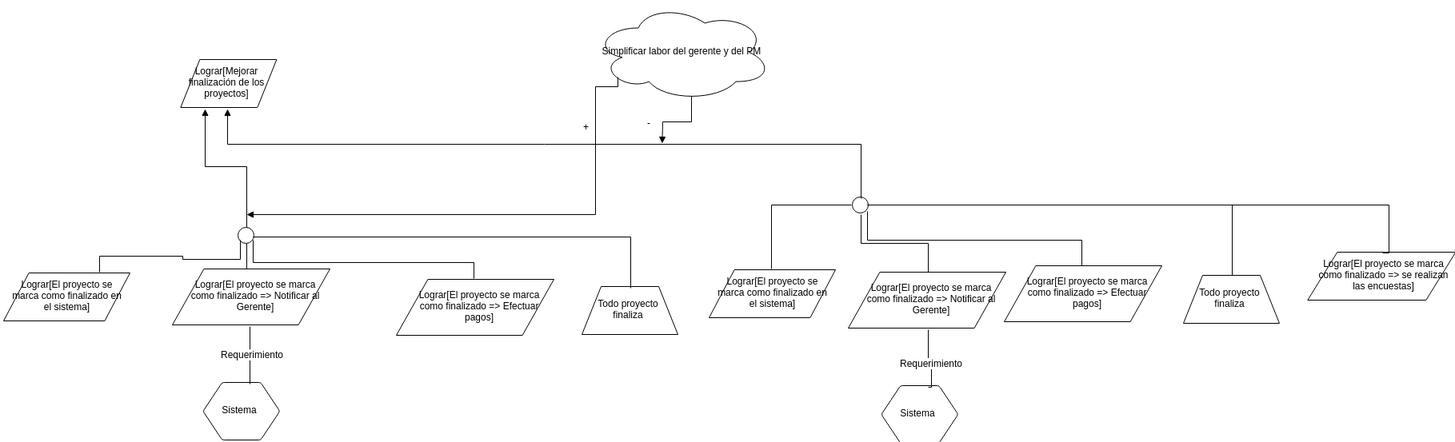
Earlier version of the draw.io export latex/imagenes/objetivos-finalizacion-principal.png (FlyingPumba/tp1-inge1). Source tidied: cells renumbered, new cells last; positions are measured from the earlier drawing's top-left corner, leaving out a move shared by most shapes.
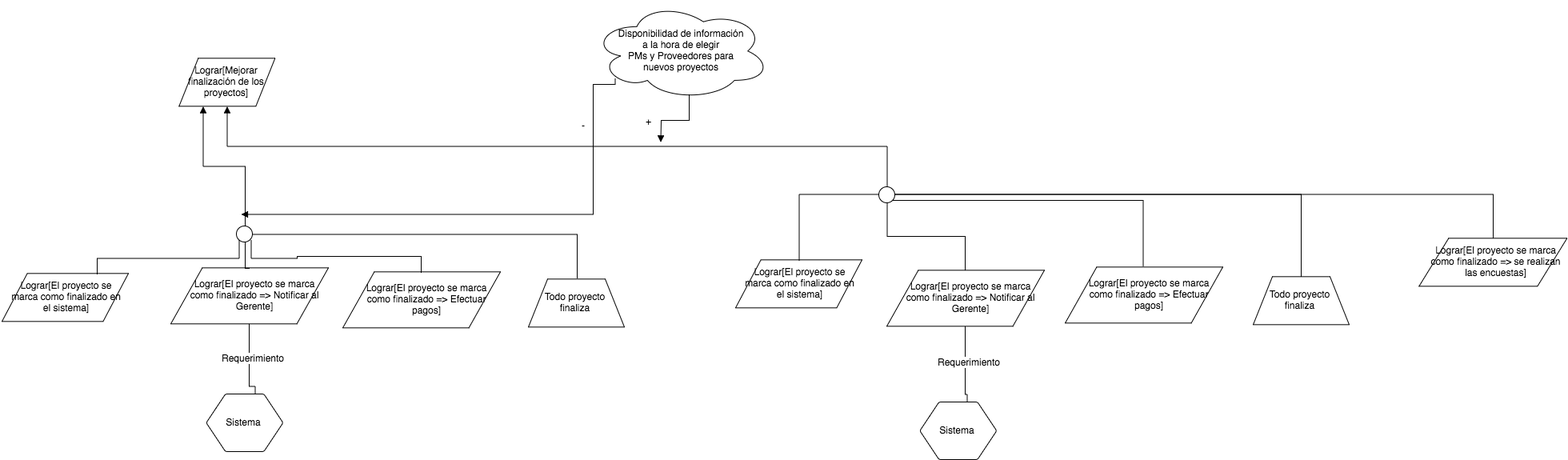
Above is the later version.

Commit message:
Fixes objetivos blandos

What changed in the source:
```diff
@@ -3,148 +3,137 @@
     <mxCell id="0" />
     <mxCell id="1" parent="0" />
     <mxCell id="2" value="&lt;span&gt;&lt;span&gt;Lograr[Mejorar finalización de los proyectos]&lt;/span&gt;&lt;/span&gt;" style="shape=parallelogram;whiteSpace=wrap;html=1;" parent="1" vertex="1">
-      <mxGeometry x="221.3" y="70" width="120" height="60" as="geometry" />
+      <mxGeometry x="-2307.7" y="-462.7" width="120" height="60" as="geometry" />
     </mxCell>
     <mxCell id="3" style="ellipse;whiteSpace=wrap;html=1;" parent="1" vertex="1">
-      <mxGeometry x="1061.3" y="242" width="20" height="20" as="geometry" />
+      <mxGeometry x="-1432.7" y="-301.7" width="20" height="20" as="geometry" />
     </mxCell>
-    <mxCell id="4" value="&lt;span&gt;Lograr[El proyecto se marca como finalizado =&amp;gt; se realizan las encuestas]&lt;/span&gt;&lt;br&gt;" style="shape=parallelogram;whiteSpace=wrap;html=1;spacingLeft=10;" parent="1" vertex="1">
-      <mxGeometry x="1630.3" y="311" width="185" height="60" as="geometry" />
+    <mxCell id="4" style="edgeStyle=orthogonalEdgeStyle;rounded=0;html=1;exitX=0.5;exitY=0;entryX=1;entryY=0.5;startArrow=none;startFill=0;endArrow=none;endFill=0;jettySize=auto;strokeWidth=1;fontSize=10;" parent="1" edge="1" source="5" target="3">
+      <mxGeometry x="4651.5" y="1747.5" as="geometry" />
     </mxCell>
-    <mxCell id="5" style="edgeStyle=orthogonalEdgeStyle;rounded=0;html=1;exitX=0.5;exitY=0;entryX=1;entryY=0.5;startArrow=none;startFill=0;endArrow=none;endFill=0;jettySize=auto;" parent="1" edge="1" source="4" target="3">
-      <mxGeometry x="7394" y="2272" as="geometry">
-        <Array as="points">
-          <mxPoint x="1732" y="312" />
-          <mxPoint x="1732" y="252" />
-        </Array>
-      </mxGeometry>
+    <mxCell id="5" value="&lt;span&gt;Lograr[El proyecto se marca como finalizado =&amp;gt; se realizan las encuestas]&lt;/span&gt;&lt;br&gt;" style="shape=parallelogram;whiteSpace=wrap;html=1;spacingLeft=10;" parent="1" vertex="1">
+      <mxGeometry x="-757.7" y="-237.7" width="185" height="60" as="geometry" />
     </mxCell>
     <mxCell id="6" value="&lt;span&gt;&lt;span&gt;Lograr[El proyecto se marca como finalizado en el sistema]&lt;/span&gt;&lt;/span&gt;" style="shape=parallelogram;whiteSpace=wrap;html=1;spacingLeft=5;" parent="1" vertex="1">
-      <mxGeometry y="337" width="158" height="60" as="geometry" />
+      <mxGeometry x="-2529" y="-193.7" width="158" height="60" as="geometry" />
     </mxCell>
     <mxCell id="7" value="&lt;span&gt;&lt;span&gt;Lograr[El proyecto se marca como finalizado =&amp;gt; Notificar al Gerente]&lt;/span&gt;&lt;/span&gt;" style="shape=parallelogram;whiteSpace=wrap;html=1;spacingLeft=20;spacingRight=5;" parent="1" vertex="1">
-      <mxGeometry x="211" y="332" width="197" height="70" as="geometry" />
+      <mxGeometry x="-2318" y="-200.7" width="197" height="70" as="geometry" />
     </mxCell>
     <mxCell id="8" style="ellipse;whiteSpace=wrap;html=1;" parent="1" vertex="1">
-      <mxGeometry x="293.3" y="280" width="20" height="20" as="geometry" />
+      <mxGeometry x="-2235.7" y="-252.7" width="20" height="20" as="geometry" />
     </mxCell>
     <mxCell id="9" style="edgeStyle=orthogonalEdgeStyle;rounded=0;html=1;exitX=0.5;exitY=0;entryX=0.25;entryY=1;startArrow=none;startFill=0;endArrow=block;endFill=1;jettySize=auto;" parent="1" edge="1" source="8" target="2">
-      <mxGeometry x="6314" y="2172" as="geometry" />
+      <mxGeometry x="3786.3" y="1637.3" as="geometry" />
     </mxCell>
     <mxCell id="10" style="edgeStyle=orthogonalEdgeStyle;rounded=0;html=1;exitX=0.5;exitY=0;entryX=0.5;entryY=1;startArrow=none;startFill=0;endArrow=block;endFill=1;jettySize=auto;" parent="1" edge="1" source="3" target="2">
-      <mxGeometry x="6346" y="2172" as="geometry">
-        <Array as="points">
-          <mxPoint x="1072" y="176" />
-          <mxPoint x="280" y="176" />
-        </Array>
-      </mxGeometry>
+      <mxGeometry x="3816.3" y="1637.3" as="geometry" />
     </mxCell>
     <mxCell id="11" value="&lt;span&gt;&lt;span&gt;Lograr[El proyecto se marca como finalizado en el sistema]&lt;/span&gt;&lt;/span&gt;" style="shape=parallelogram;whiteSpace=wrap;html=1;spacingLeft=5;" parent="1" vertex="1">
-      <mxGeometry x="882" y="333" width="158" height="60" as="geometry" />
+      <mxGeometry x="-1612" y="-210.7" width="158" height="60" as="geometry" />
     </mxCell>
     <mxCell id="12" value="&lt;span&gt;&lt;span&gt;Lograr[El proyecto se marca como finalizado =&amp;gt; Notificar al Gerente]&lt;/span&gt;&lt;/span&gt;" style="shape=parallelogram;whiteSpace=wrap;html=1;spacingLeft=20;spacingRight=5;" parent="1" vertex="1">
-      <mxGeometry x="1056" y="336" width="197" height="70" as="geometry" />
+      <mxGeometry x="-1423" y="-197.7" width="197" height="70" as="geometry" />
     </mxCell>
     <mxCell id="13" style="edgeStyle=orthogonalEdgeStyle;rounded=0;html=1;exitX=0.5;exitY=0;entryX=0;entryY=0.5;startArrow=none;startFill=0;endArrow=none;endFill=0;jettySize=auto;" parent="1" edge="1" source="11" target="3">
-      <mxGeometry x="7026" y="2293" as="geometry" />
+      <mxGeometry x="4531.7" y="1748.7" as="geometry" />
     </mxCell>
     <mxCell id="14" value="&lt;span&gt;&lt;span&gt;Lograr[El proyecto se marca como finalizado =&amp;gt; Efectuar pagos]&lt;/span&gt;&lt;/span&gt;" style="shape=parallelogram;whiteSpace=wrap;html=1;spacingLeft=20;spacingRight=5;" parent="1" vertex="1">
-      <mxGeometry x="1251" y="328" width="197" height="70" as="geometry" />
+      <mxGeometry x="-1200" y="-201.7" width="197" height="70" as="geometry" />
     </mxCell>
     <mxCell id="15" style="edgeStyle=orthogonalEdgeStyle;rounded=0;html=1;exitX=0.5;exitY=0;entryX=1;entryY=1;startArrow=none;startFill=0;endArrow=none;endFill=0;jettySize=auto;" parent="1" edge="1" source="14" target="3">
-      <mxGeometry x="7142" y="2301" as="geometry" />
+      <mxGeometry x="4648.3" y="1755.3" as="geometry" />
     </mxCell>
     <mxCell id="16" style="edgeStyle=orthogonalEdgeStyle;rounded=0;html=1;exitX=0.5;exitY=0;entryX=0.5;entryY=1;startArrow=none;startFill=0;endArrow=none;endFill=0;jettySize=auto;" parent="1" edge="1" source="7" target="8">
-      <mxGeometry x="6366" y="2340" as="geometry" />
+      <mxGeometry x="3838" y="1807.3" as="geometry" />
     </mxCell>
-    <mxCell id="17" value="&lt;span&gt;Simplificar labor del gerente&lt;/span&gt; y del PM&lt;br&gt;" style="ellipse;shape=cloud;whiteSpace=wrap;html=1;" parent="1" vertex="1">
-      <mxGeometry x="738" width="222" height="122" as="geometry" />
+    <mxCell id="17" value="Disponibilidad de información&lt;div&gt;a la hora de elegir&lt;/div&gt;&lt;div&gt;PMs y Proveedores para&lt;/div&gt;&lt;div&gt;nuevos proyectos&lt;/div&gt;" style="ellipse;shape=cloud;whiteSpace=wrap;html=1;" parent="1" vertex="1">
+      <mxGeometry x="-1791" y="-532.7" width="222" height="122" as="geometry" />
     </mxCell>
     <mxCell id="18" style="edgeStyle=orthogonalEdgeStyle;rounded=0;html=1;exitX=0.13;exitY=0.77;exitPerimeter=0;endArrow=block;endFill=1;jettySize=auto;" parent="1" edge="1" source="17">
-      <mxGeometry x="6366" y="2132" as="geometry">
-        <mxPoint x="304" y="264" as="targetPoint" />
+      <mxGeometry x="3834.7" y="1600.7" as="geometry">
+        <mxPoint x="-2230" y="-267.5" as="targetPoint" />
         <Array as="points">
-          <mxPoint x="740" y="103" />
-          <mxPoint x="740" y="265" />
+          <mxPoint x="-1789" y="-429.7" />
+          <mxPoint x="-1789" y="-267.7" />
         </Array>
       </mxGeometry>
     </mxCell>
     <mxCell id="19" style="edgeStyle=orthogonalEdgeStyle;rounded=0;html=1;exitX=0.55;exitY=0.95;exitPerimeter=0;endArrow=block;endFill=1;jettySize=auto;" parent="1" edge="1" source="17">
-      <mxGeometry x="6886" y="2156" as="geometry">
-        <mxPoint x="823.4" y="175" as="targetPoint" />
+      <mxGeometry x="4358" y="1624" as="geometry">
+        <mxPoint x="-1705.6" y="-357.7" as="targetPoint" />
       </mxGeometry>
     </mxCell>
-    <mxCell id="20" value="+" style="text;html=1;align=left;verticalAlign=top;spacingTop=-4;" parent="1" vertex="1">
-      <mxGeometry x="723" y="145" width="20" height="20" as="geometry" />
+    <mxCell id="20" value="-" style="text;html=1;align=left;verticalAlign=top;spacingTop=-4;" parent="1" vertex="1">
+      <mxGeometry x="-1806" y="-387.7" width="20" height="20" as="geometry" />
     </mxCell>
-    <mxCell id="21" value="-" style="text;html=1;align=left;verticalAlign=top;spacingTop=-4;" parent="1" vertex="1">
-      <mxGeometry x="803" y="140" width="20" height="20" as="geometry" />
+    <mxCell id="21" value="+" style="text;html=1;align=left;verticalAlign=top;spacingTop=-4;" parent="1" vertex="1">
+      <mxGeometry x="-1726" y="-392.7" width="20" height="20" as="geometry" />
     </mxCell>
     <mxCell id="22" value="&lt;span&gt;&lt;span&gt;Lograr[El proyecto se marca como finalizado =&amp;gt; Efectuar pagos]&lt;/span&gt;&lt;/span&gt;" style="shape=parallelogram;whiteSpace=wrap;html=1;spacingLeft=20;spacingRight=5;" parent="1" vertex="1">
-      <mxGeometry x="491" y="345" width="197" height="70" as="geometry" />
+      <mxGeometry x="-2103" y="-195.7" width="197" height="70" as="geometry" />
     </mxCell>
     <mxCell id="23" value="Todo proyecto finaliza&lt;br&gt;" style="shape=trapezoid;whiteSpace=wrap;html=1;strokeWidth=1;" parent="1" vertex="1">
-      <mxGeometry x="723" y="354" width="120" height="60" as="geometry" />
+      <mxGeometry x="-1871" y="-186.7" width="120" height="60" as="geometry" />
     </mxCell>
     <mxCell id="24" style="edgeStyle=orthogonalEdgeStyle;rounded=0;html=1;exitX=1;exitY=1;entryX=0.5;entryY=0;startArrow=none;startFill=0;endArrow=none;endFill=0;endSize=6;jettySize=auto;strokeWidth=1;" parent="1" edge="1" source="8" target="22">
-      <mxGeometry x="6374" y="2336" as="geometry" />
+      <mxGeometry x="3844.7" y="1804" as="geometry" />
     </mxCell>
     <mxCell id="25" style="edgeStyle=orthogonalEdgeStyle;rounded=0;html=1;exitX=0.5;exitY=0;entryX=1;entryY=0.5;startArrow=none;startFill=0;endArrow=none;endFill=0;endSize=6;jettySize=auto;strokeWidth=1;" parent="1" edge="1" source="23" target="8">
-      <mxGeometry x="6378" y="2332" as="geometry" />
+      <mxGeometry x="3848" y="1797.3" as="geometry" />
     </mxCell>
     <mxCell id="26" style="edgeStyle=orthogonalEdgeStyle;rounded=0;html=1;exitX=0.75;exitY=0;entryX=0;entryY=1;startArrow=none;startFill=0;endArrow=none;endFill=0;endSize=6;jettySize=auto;strokeWidth=1;" parent="1" edge="1" source="6" target="8">
-      <mxGeometry x="6182" y="2336" as="geometry" />
+      <mxGeometry x="3653" y="1804" as="geometry" />
     </mxCell>
     <mxCell id="27" style="edgeStyle=orthogonalEdgeStyle;rounded=0;html=1;exitX=0.5;exitY=1;entryX=0.5;entryY=0;startArrow=none;startFill=0;endArrow=none;endFill=0;endSize=6;jettySize=auto;strokeWidth=1;" parent="1" edge="1" source="3" target="12">
-      <mxGeometry x="7134" y="2301" as="geometry" />
+      <mxGeometry x="4641.7" y="1758.7" as="geometry" />
     </mxCell>
     <mxCell id="28" value="Todo proyecto finaliza&lt;br&gt;" style="shape=trapezoid;whiteSpace=wrap;html=1;strokeWidth=1;" parent="1" vertex="1">
-      <mxGeometry x="1475" y="340" width="120" height="60" as="geometry" />
+      <mxGeometry x="-965" y="-189.7" width="120" height="60" as="geometry" />
     </mxCell>
     <mxCell id="29" style="edgeStyle=orthogonalEdgeStyle;rounded=0;html=1;exitX=1;exitY=0.5;entryX=0.5;entryY=0;startArrow=none;startFill=0;endArrow=none;endFill=0;endSize=6;jettySize=auto;strokeWidth=1;" parent="1" edge="1" source="3" target="28">
-      <mxGeometry x="7146" y="2293" as="geometry" />
+      <mxGeometry x="4651.7" y="1748.7" as="geometry" />
     </mxCell>
     <mxCell id="30" value="Sistema" style="html=1;whiteSpace=wrap;shape=hexagon;rounded=1;arcSize=5;strokeWidth=1;rotation=0;" parent="1" vertex="1">
-      <mxGeometry x="249.3" y="474" width="96" height="72" as="geometry" />
+      <mxGeometry x="-2273.7" y="-43" width="96" height="72" as="geometry" />
     </mxCell>
     <mxCell id="31" style="edgeStyle=orthogonalEdgeStyle;rounded=0;html=1;exitX=0.625;exitY=0;entryX=0.5;entryY=1;endArrow=none;endFill=0;endSize=6;jettySize=auto;strokeWidth=1;" parent="1" edge="1" source="30" target="7">
-      <mxGeometry x="6370.6" y="2442.1" as="geometry">
+      <mxGeometry x="3836.6" y="1951.1" as="geometry">
         <Array as="points">
-          <mxPoint x="310" y="438" />
-          <mxPoint x="306" y="438" />
-          <mxPoint x="306" y="402" />
+          <mxPoint x="-2212" y="-52" />
+          <mxPoint x="-2220" y="-52" />
         </Array>
       </mxGeometry>
     </mxCell>
     <mxCell id="32" value="Requerimiento" style="text;html=1;align=center;verticalAlign=middle;labelBackgroundColor=#ffffff;" parent="31" vertex="1">
       <mxGeometry x="-0.05" y="3" relative="1" as="geometry">
-        <mxPoint x="1" as="offset" />
+        <mxPoint x="7" y="-9" as="offset" />
       </mxGeometry>
     </mxCell>
     <mxCell id="33" value="Requerimiento" style="text;html=1;align=center;verticalAlign=middle;labelBackgroundColor=#ffffff;" parent="1" vertex="1">
-      <mxGeometry x="309" y="437" as="geometry">
-        <mxPoint x="1" as="offset" />
+      <mxGeometry x="-2216" y="-89" as="geometry">
+        <mxPoint x="7" y="-9" as="offset" />
       </mxGeometry>
     </mxCell>
     <mxCell id="34" value="Sistema" style="html=1;whiteSpace=wrap;shape=hexagon;rounded=1;arcSize=5;strokeWidth=1;rotation=0;" parent="1" vertex="1">
-      <mxGeometry x="1097.3" y="478" width="96" height="72" as="geometry" />
+      <mxGeometry x="-1381.7" y="-33" width="96" height="72" as="geometry" />
     </mxCell>
-    <mxCell id="35" style="edgeStyle=orthogonalEdgeStyle;rounded=0;html=1;exitX=0.625;exitY=0;endArrow=none;endFill=0;endSize=6;jettySize=auto;strokeWidth=1;entryX=0.5;entryY=1;" parent="1" edge="1" source="34" target="12">
-      <mxGeometry x="7218.6" y="2446.1" as="geometry">
+    <mxCell id="35" style="edgeStyle=orthogonalEdgeStyle;rounded=0;html=1;exitX=0.625;exitY=0;entryX=0.5;entryY=1;endArrow=none;endFill=0;endSize=6;jettySize=auto;strokeWidth=1;" parent="1" edge="1" source="34" target="12">
+      <mxGeometry x="4728.6" y="1961.1" as="geometry">
         <Array as="points">
-          <mxPoint x="1158" y="442" />
-          <mxPoint x="1154" y="442" />
+          <mxPoint x="-1322" y="-42" />
+          <mxPoint x="-1325" y="-42" />
         </Array>
       </mxGeometry>
     </mxCell>
     <mxCell id="36" value="Requerimiento" style="text;html=1;align=center;verticalAlign=middle;labelBackgroundColor=#ffffff;" parent="35" vertex="1">
       <mxGeometry x="-0.05" y="3" relative="1" as="geometry">
-        <mxPoint x="1" as="offset" />
+        <mxPoint x="7" y="-9" as="offset" />
       </mxGeometry>
     </mxCell>
     <mxCell id="37" value="Requerimiento" style="text;html=1;align=center;verticalAlign=middle;labelBackgroundColor=#ffffff;" parent="1" vertex="1">
-      <mxGeometry x="1158" y="448" as="geometry">
-        <mxPoint x="1" as="offset" />
+      <mxGeometry x="-1321" y="-84" as="geometry">
+        <mxPoint x="7" y="-9" as="offset" />
       </mxGeometry>
     </mxCell>
   </root>
```
